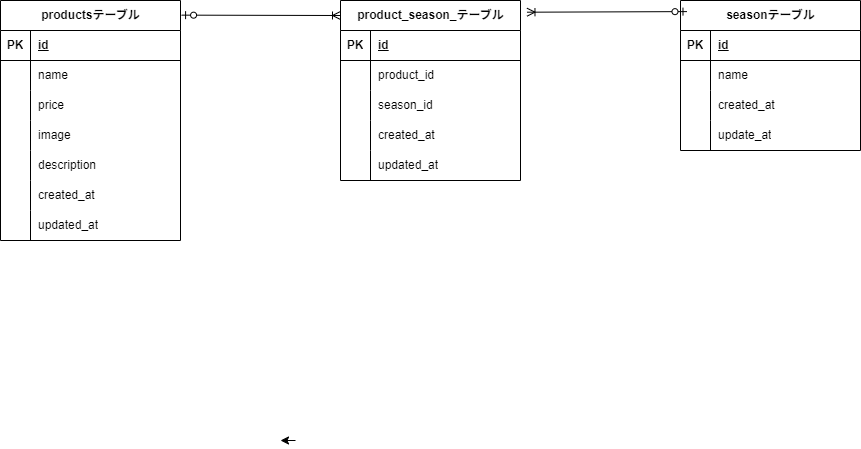
Before: src/docs/er-diagram.drawio.png, a diagram exported from draw.io (riku572/CheckTests-MOGITATE). Source tidied: cells renumbered, new cells last; positions are measured from the earlier drawing's top-left corner, leaving out a move shared by most shapes. The source it was exported from:
```xml
<mxGraphModel>
  <root>
    <mxCell id="0" />
    <mxCell id="1" parent="0" />
    <mxCell id="2" value="seasonテーブル" style="shape=table;startSize=30;rowLines=0;fontStyle=1;align=center;html=1;" parent="1" vertex="1">
      <mxGeometry x="680" width="180" height="150" as="geometry" />
    </mxCell>
    <mxCell id="3" style="shape=tableRow;horizontal=0;startSize=0;swimlaneHead=0;swimlaneBody=0;fillColor=none;top=0;left=0;right=0;bottom=1;" parent="2" vertex="1">
      <mxGeometry y="30" width="180" height="30" as="geometry" />
    </mxCell>
    <mxCell id="4" value="PK" style="shape=partialRectangle;fillColor=none;top=0;left=0;bottom=0;right=0;fontStyle=1;overflow=hidden;whiteSpace=wrap;html=1;" parent="3" vertex="1">
      <mxGeometry width="30" height="30" as="geometry" />
    </mxCell>
    <mxCell id="5" value="id" style="shape=partialRectangle;fillColor=none;top=0;left=0;bottom=0;right=0;align=left;spacingLeft=6;fontStyle=5;overflow=hidden;whiteSpace=wrap;html=1;" parent="3" vertex="1">
      <mxGeometry x="30" width="150" height="30" as="geometry" />
    </mxCell>
    <mxCell id="6" style="shape=tableRow;horizontal=0;startSize=0;swimlaneHead=0;swimlaneBody=0;fillColor=none;top=0;left=0;right=0;bottom=0;" parent="2" vertex="1">
      <mxGeometry y="60" width="180" height="30" as="geometry" />
    </mxCell>
    <mxCell id="7" style="shape=partialRectangle;fillColor=none;top=0;left=0;bottom=0;right=0;overflow=hidden;whiteSpace=wrap;html=1;" parent="6" vertex="1">
      <mxGeometry width="30" height="30" as="geometry" />
    </mxCell>
    <mxCell id="8" value="name" style="shape=partialRectangle;fillColor=none;top=0;left=0;bottom=0;right=0;align=left;spacingLeft=6;overflow=hidden;whiteSpace=wrap;html=1;" parent="6" vertex="1">
      <mxGeometry x="30" width="150" height="30" as="geometry" />
    </mxCell>
    <mxCell id="9" style="shape=tableRow;horizontal=0;startSize=0;swimlaneHead=0;swimlaneBody=0;fillColor=none;top=0;left=0;right=0;bottom=0;" parent="2" vertex="1">
      <mxGeometry y="90" width="180" height="30" as="geometry" />
    </mxCell>
    <mxCell id="10" style="shape=partialRectangle;fillColor=none;top=0;left=0;bottom=0;right=0;overflow=hidden;whiteSpace=wrap;html=1;" parent="9" vertex="1">
      <mxGeometry width="30" height="30" as="geometry" />
    </mxCell>
    <mxCell id="11" value="created_at" style="shape=partialRectangle;fillColor=none;top=0;left=0;bottom=0;right=0;align=left;spacingLeft=6;overflow=hidden;whiteSpace=wrap;html=1;" parent="9" vertex="1">
      <mxGeometry x="30" width="150" height="30" as="geometry" />
    </mxCell>
    <mxCell id="12" style="shape=tableRow;horizontal=0;startSize=0;swimlaneHead=0;swimlaneBody=0;fillColor=none;top=0;left=0;right=0;bottom=0;" parent="2" vertex="1">
      <mxGeometry y="120" width="180" height="30" as="geometry" />
    </mxCell>
    <mxCell id="13" style="shape=partialRectangle;fillColor=none;top=0;left=0;bottom=0;right=0;overflow=hidden;whiteSpace=wrap;html=1;" parent="12" vertex="1">
      <mxGeometry width="30" height="30" as="geometry" />
    </mxCell>
    <mxCell id="14" value="update_at" style="shape=partialRectangle;fillColor=none;top=0;left=0;bottom=0;right=0;align=left;spacingLeft=6;overflow=hidden;whiteSpace=wrap;html=1;" parent="12" vertex="1">
      <mxGeometry x="30" width="150" height="30" as="geometry" />
    </mxCell>
    <mxCell id="15" style="edgeStyle=none;html=1;exitX=0.25;exitY=1;exitDx=0;exitDy=0;" parent="1" edge="1">
      <mxGeometry relative="1" as="geometry">
        <mxPoint x="295" y="440" as="sourcePoint" />
        <mxPoint x="280" y="440" as="targetPoint" />
      </mxGeometry>
    </mxCell>
    <mxCell id="16" value="productsテーブル" style="shape=table;startSize=30;rowLines=0;fontStyle=1;align=center;html=1;" parent="1" vertex="1">
      <mxGeometry width="180" height="240" as="geometry" />
    </mxCell>
    <mxCell id="17" style="shape=tableRow;horizontal=0;startSize=0;swimlaneHead=0;swimlaneBody=0;fillColor=none;top=0;left=0;right=0;bottom=1;" parent="16" vertex="1">
      <mxGeometry y="30" width="180" height="30" as="geometry" />
    </mxCell>
    <mxCell id="18" value="PK" style="shape=partialRectangle;fillColor=none;top=0;left=0;bottom=0;right=0;fontStyle=1;overflow=hidden;whiteSpace=wrap;html=1;" parent="17" vertex="1">
      <mxGeometry width="30" height="30" as="geometry" />
    </mxCell>
    <mxCell id="19" value="id" style="shape=partialRectangle;fillColor=none;top=0;left=0;bottom=0;right=0;align=left;spacingLeft=6;fontStyle=5;overflow=hidden;whiteSpace=wrap;html=1;" parent="17" vertex="1">
      <mxGeometry x="30" width="150" height="30" as="geometry" />
    </mxCell>
    <mxCell id="20" style="shape=tableRow;horizontal=0;startSize=0;swimlaneHead=0;swimlaneBody=0;fillColor=none;top=0;left=0;right=0;bottom=0;" parent="16" vertex="1">
      <mxGeometry y="60" width="180" height="30" as="geometry" />
    </mxCell>
    <mxCell id="21" style="shape=partialRectangle;fillColor=none;top=0;left=0;bottom=0;right=0;overflow=hidden;whiteSpace=wrap;html=1;" parent="20" vertex="1">
      <mxGeometry width="30" height="30" as="geometry" />
    </mxCell>
    <mxCell id="22" value="name" style="shape=partialRectangle;fillColor=none;top=0;left=0;bottom=0;right=0;align=left;spacingLeft=6;overflow=hidden;whiteSpace=wrap;html=1;" parent="20" vertex="1">
      <mxGeometry x="30" width="150" height="30" as="geometry" />
    </mxCell>
    <mxCell id="23" style="shape=tableRow;horizontal=0;startSize=0;swimlaneHead=0;swimlaneBody=0;fillColor=none;top=0;left=0;right=0;bottom=0;" parent="16" vertex="1">
      <mxGeometry y="90" width="180" height="30" as="geometry" />
    </mxCell>
    <mxCell id="24" style="shape=partialRectangle;fillColor=none;top=0;left=0;bottom=0;right=0;overflow=hidden;whiteSpace=wrap;html=1;" parent="23" vertex="1">
      <mxGeometry width="30" height="30" as="geometry" />
    </mxCell>
    <mxCell id="25" value="price" style="shape=partialRectangle;fillColor=none;top=0;left=0;bottom=0;right=0;align=left;spacingLeft=6;overflow=hidden;whiteSpace=wrap;html=1;" parent="23" vertex="1">
      <mxGeometry x="30" width="150" height="30" as="geometry" />
    </mxCell>
    <mxCell id="26" style="shape=tableRow;horizontal=0;startSize=0;swimlaneHead=0;swimlaneBody=0;fillColor=none;top=0;left=0;right=0;bottom=0;" parent="16" vertex="1">
      <mxGeometry y="120" width="180" height="30" as="geometry" />
    </mxCell>
    <mxCell id="27" style="shape=partialRectangle;fillColor=none;top=0;left=0;bottom=0;right=0;overflow=hidden;whiteSpace=wrap;html=1;" parent="26" vertex="1">
      <mxGeometry width="30" height="30" as="geometry" />
    </mxCell>
    <mxCell id="28" value="image" style="shape=partialRectangle;fillColor=none;top=0;left=0;bottom=0;right=0;align=left;spacingLeft=6;overflow=hidden;whiteSpace=wrap;html=1;" parent="26" vertex="1">
      <mxGeometry x="30" width="150" height="30" as="geometry" />
    </mxCell>
    <mxCell id="29" style="shape=tableRow;horizontal=0;startSize=0;swimlaneHead=0;swimlaneBody=0;fillColor=none;top=0;left=0;right=0;bottom=0;" parent="16" vertex="1">
      <mxGeometry y="150" width="180" height="30" as="geometry" />
    </mxCell>
    <mxCell id="30" style="shape=partialRectangle;fillColor=none;top=0;left=0;bottom=0;right=0;overflow=hidden;whiteSpace=wrap;html=1;" parent="29" vertex="1">
      <mxGeometry width="30" height="30" as="geometry" />
    </mxCell>
    <mxCell id="31" value="description" style="shape=partialRectangle;fillColor=none;top=0;left=0;bottom=0;right=0;align=left;spacingLeft=6;overflow=hidden;whiteSpace=wrap;html=1;" parent="29" vertex="1">
      <mxGeometry x="30" width="150" height="30" as="geometry" />
    </mxCell>
    <mxCell id="32" style="shape=tableRow;horizontal=0;startSize=0;swimlaneHead=0;swimlaneBody=0;fillColor=none;top=0;left=0;right=0;bottom=0;" parent="16" vertex="1">
      <mxGeometry y="180" width="180" height="30" as="geometry" />
    </mxCell>
    <mxCell id="33" style="shape=partialRectangle;fillColor=none;top=0;left=0;bottom=0;right=0;overflow=hidden;whiteSpace=wrap;html=1;" parent="32" vertex="1">
      <mxGeometry width="30" height="30" as="geometry" />
    </mxCell>
    <mxCell id="34" value="created_at" style="shape=partialRectangle;fillColor=none;top=0;left=0;bottom=0;right=0;align=left;spacingLeft=6;overflow=hidden;whiteSpace=wrap;html=1;" parent="32" vertex="1">
      <mxGeometry x="30" width="150" height="30" as="geometry" />
    </mxCell>
    <mxCell id="35" style="shape=tableRow;horizontal=0;startSize=0;swimlaneHead=0;swimlaneBody=0;fillColor=none;top=0;left=0;right=0;bottom=0;" parent="16" vertex="1">
      <mxGeometry y="210" width="180" height="30" as="geometry" />
    </mxCell>
    <mxCell id="36" style="shape=partialRectangle;fillColor=none;top=0;left=0;bottom=0;right=0;overflow=hidden;whiteSpace=wrap;html=1;" parent="35" vertex="1">
      <mxGeometry width="30" height="30" as="geometry" />
    </mxCell>
    <mxCell id="37" value="updated_at" style="shape=partialRectangle;fillColor=none;top=0;left=0;bottom=0;right=0;align=left;spacingLeft=6;overflow=hidden;whiteSpace=wrap;html=1;" parent="35" vertex="1">
      <mxGeometry x="30" width="150" height="30" as="geometry" />
    </mxCell>
    <mxCell id="38" value="product_season_テーブル" style="shape=table;startSize=30;rowLines=0;fontStyle=1;align=center;html=1;" parent="1" vertex="1">
      <mxGeometry x="340" width="180" height="180" as="geometry" />
    </mxCell>
    <mxCell id="39" style="shape=tableRow;horizontal=0;startSize=0;swimlaneHead=0;swimlaneBody=0;fillColor=none;top=0;left=0;right=0;bottom=1;" parent="38" vertex="1">
      <mxGeometry y="30" width="180" height="30" as="geometry" />
    </mxCell>
    <mxCell id="40" value="PK" style="shape=partialRectangle;fillColor=none;top=0;left=0;bottom=0;right=0;fontStyle=1;overflow=hidden;whiteSpace=wrap;html=1;" parent="39" vertex="1">
      <mxGeometry width="30" height="30" as="geometry" />
    </mxCell>
    <mxCell id="41" value="id" style="shape=partialRectangle;fillColor=none;top=0;left=0;bottom=0;right=0;align=left;spacingLeft=6;fontStyle=5;overflow=hidden;whiteSpace=wrap;html=1;" parent="39" vertex="1">
      <mxGeometry x="30" width="150" height="30" as="geometry" />
    </mxCell>
    <mxCell id="42" style="shape=tableRow;horizontal=0;startSize=0;swimlaneHead=0;swimlaneBody=0;fillColor=none;top=0;left=0;right=0;bottom=0;" parent="38" vertex="1">
      <mxGeometry y="60" width="180" height="30" as="geometry" />
    </mxCell>
    <mxCell id="43" style="shape=partialRectangle;fillColor=none;top=0;left=0;bottom=0;right=0;overflow=hidden;whiteSpace=wrap;html=1;" parent="42" vertex="1">
      <mxGeometry width="30" height="30" as="geometry" />
    </mxCell>
    <mxCell id="44" value="product_id" style="shape=partialRectangle;fillColor=none;top=0;left=0;bottom=0;right=0;align=left;spacingLeft=6;overflow=hidden;whiteSpace=wrap;html=1;" parent="42" vertex="1">
      <mxGeometry x="30" width="150" height="30" as="geometry" />
    </mxCell>
    <mxCell id="45" style="shape=tableRow;horizontal=0;startSize=0;swimlaneHead=0;swimlaneBody=0;fillColor=none;top=0;left=0;right=0;bottom=0;" parent="38" vertex="1">
      <mxGeometry y="90" width="180" height="30" as="geometry" />
    </mxCell>
    <mxCell id="46" style="shape=partialRectangle;fillColor=none;top=0;left=0;bottom=0;right=0;overflow=hidden;whiteSpace=wrap;html=1;" parent="45" vertex="1">
      <mxGeometry width="30" height="30" as="geometry" />
    </mxCell>
    <mxCell id="47" value="season_id" style="shape=partialRectangle;fillColor=none;top=0;left=0;bottom=0;right=0;align=left;spacingLeft=6;overflow=hidden;whiteSpace=wrap;html=1;" parent="45" vertex="1">
      <mxGeometry x="30" width="150" height="30" as="geometry" />
    </mxCell>
    <mxCell id="48" style="shape=tableRow;horizontal=0;startSize=0;swimlaneHead=0;swimlaneBody=0;fillColor=none;top=0;left=0;right=0;bottom=0;" parent="38" vertex="1">
      <mxGeometry y="120" width="180" height="30" as="geometry" />
    </mxCell>
    <mxCell id="49" style="shape=partialRectangle;fillColor=none;top=0;left=0;bottom=0;right=0;overflow=hidden;whiteSpace=wrap;html=1;" parent="48" vertex="1">
      <mxGeometry width="30" height="30" as="geometry" />
    </mxCell>
    <mxCell id="50" value="created_at" style="shape=partialRectangle;fillColor=none;top=0;left=0;bottom=0;right=0;align=left;spacingLeft=6;overflow=hidden;whiteSpace=wrap;html=1;" parent="48" vertex="1">
      <mxGeometry x="30" width="150" height="30" as="geometry" />
    </mxCell>
    <mxCell id="51" style="shape=tableRow;horizontal=0;startSize=0;swimlaneHead=0;swimlaneBody=0;fillColor=none;top=0;left=0;right=0;bottom=0;" parent="38" vertex="1">
      <mxGeometry y="150" width="180" height="30" as="geometry" />
    </mxCell>
    <mxCell id="52" style="shape=partialRectangle;fillColor=none;top=0;left=0;bottom=0;right=0;overflow=hidden;whiteSpace=wrap;html=1;" parent="51" vertex="1">
      <mxGeometry width="30" height="30" as="geometry" />
    </mxCell>
    <mxCell id="53" value="updated_at" style="shape=partialRectangle;fillColor=none;top=0;left=0;bottom=0;right=0;align=left;spacingLeft=6;overflow=hidden;whiteSpace=wrap;html=1;" parent="51" vertex="1">
      <mxGeometry x="30" width="150" height="30" as="geometry" />
    </mxCell>
    <mxCell id="54" style="fontSize=12;html=1;endArrow=ERoneToMany;startArrow=ERzeroToOne;exitX=1.006;exitY=0.061;exitDx=0;exitDy=0;exitPerimeter=0;" parent="1" edge="1" source="16">
      <mxGeometry relative="1" as="geometry">
        <mxPoint x="340" y="15" as="targetPoint" />
      </mxGeometry>
    </mxCell>
    <mxCell id="55" style="fontSize=12;html=1;endArrow=ERoneToMany;startArrow=ERzeroToOne;entryX=1.036;entryY=0.065;entryDx=0;entryDy=0;entryPerimeter=0;exitX=0.036;exitY=0.074;exitDx=0;exitDy=0;exitPerimeter=0;" parent="1" edge="1" source="2" target="38">
      <mxGeometry relative="1" as="geometry" />
    </mxCell>
  </root>
</mxGraphModel>
```
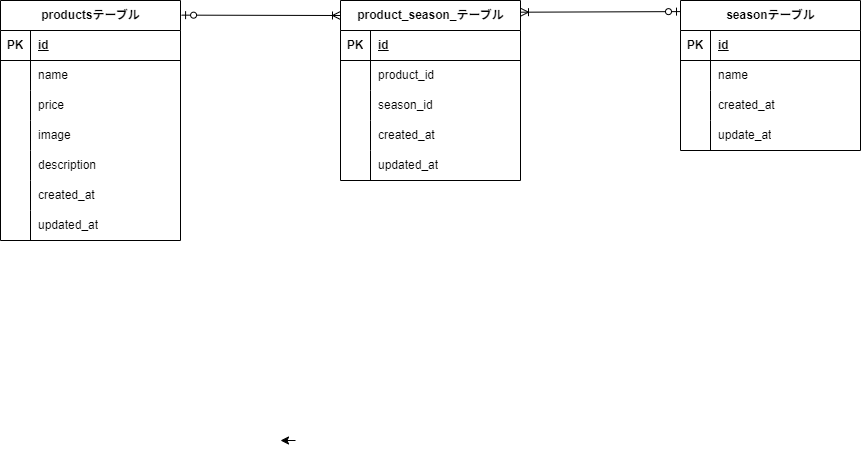
The same diagram one commit later.

Commit message:
確認テストの追加

The edit, as a diff of the source:
```diff
@@ -166,8 +166,11 @@
         <mxPoint x="340" y="15" as="targetPoint" />
       </mxGeometry>
     </mxCell>
-    <mxCell id="55" style="fontSize=12;html=1;endArrow=ERoneToMany;startArrow=ERzeroToOne;entryX=1.036;entryY=0.065;entryDx=0;entryDy=0;entryPerimeter=0;exitX=0.036;exitY=0.074;exitDx=0;exitDy=0;exitPerimeter=0;" parent="1" edge="1" source="2" target="38">
-      <mxGeometry relative="1" as="geometry" />
+    <mxCell id="55" style="fontSize=12;html=1;endArrow=ERoneToMany;startArrow=ERzeroToOne;entryX=1.036;entryY=0.065;entryDx=0;entryDy=0;entryPerimeter=0;exitX=0.036;exitY=0.074;exitDx=0;exitDy=0;exitPerimeter=0;" parent="1" edge="1">
+      <mxGeometry relative="1" as="geometry">
+        <mxPoint x="680" y="11.1" as="sourcePoint" />
+        <mxPoint x="520" y="11.7" as="targetPoint" />
+      </mxGeometry>
     </mxCell>
   </root>
 </mxGraphModel>
```
